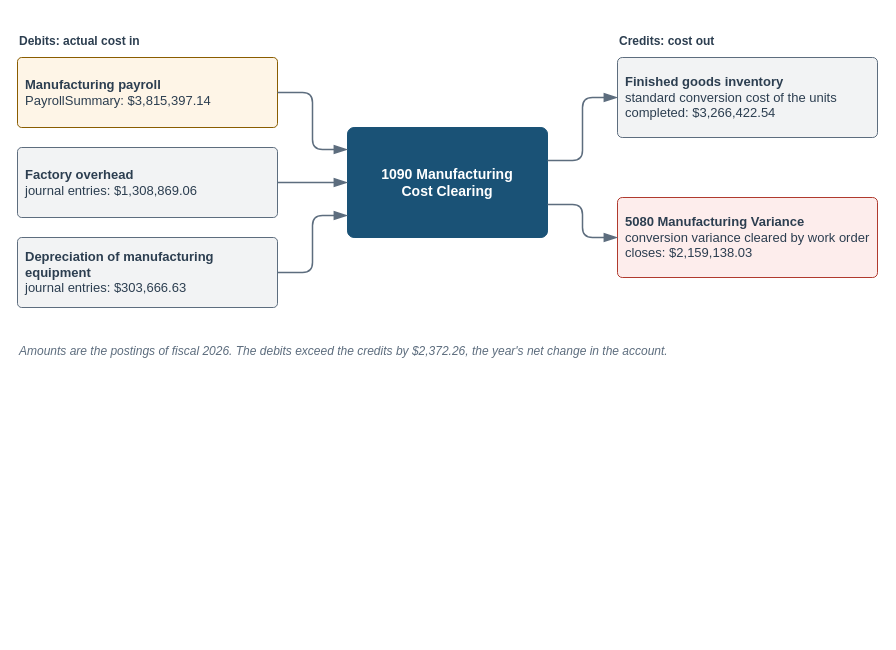
This is visuals/src/fig-10-07-conversion-cost-flow.drawio from mmcodesso/Accounting_Analytics_Book, a draw.io file, before an edit. Source tidied: cells renumbered, new cells numbered last; positions are measured from the earlier drawing's top-left corner, leaving out a move shared by most shapes. Both pictures are drawn from the tidied source at 100%, with x=0, y=0 at pixel (17, 17).
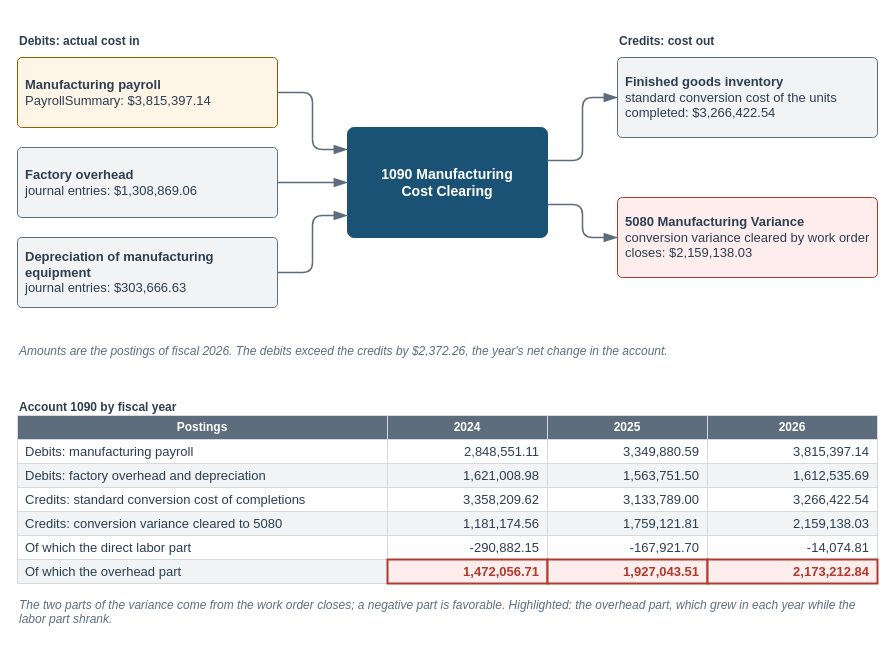
After the change.

What changed in the source:
```diff
@@
     <mxCell id="2" style="rounded=0;html=1;fillColor=none;strokeColor=none;" parent="1" vertex="1">
-      <mxGeometry width="860" height="362" as="geometry" />
+      <mxGeometry width="860" height="616" as="geometry" />
     </mxCell>
@@
+    <mxCell id="17" value="&lt;b&gt;Account 1090 by fiscal year&lt;/b&gt;" style="text;html=1;whiteSpace=wrap;align=left;verticalAlign=top;fontSize=12;fontColor=#2C3E50;fontStyle=0;fontFamily=Helvetica;spacing=2;fillColor=none;strokeColor=none;" parent="1" vertex="1">
+      <mxGeometry y="376" width="860" height="20" as="geometry" />
+    </mxCell>
+    <mxCell id="18" value="&lt;b&gt;Postings&lt;/b&gt;" style="rounded=0;arcSize=6;whiteSpace=wrap;html=1;fillColor=#5D6D7E;strokeColor=#D5D8DC;strokeWidth=1;fontColor=#FFFFFF;fontSize=12;fontStyle=0;align=center;verticalAlign=middle;fontFamily=Helvetica;spacingLeft=6;spacingRight=6;" parent="1" vertex="1">
+      <mxGeometry y="398" width="370" height="24" as="geometry" />
+    </mxCell>
+    <mxCell id="19" value="&lt;b&gt;2024&lt;/b&gt;" style="rounded=0;arcSize=6;whiteSpace=wrap;html=1;fillColor=#5D6D7E;strokeColor=#D5D8DC;strokeWidth=1;fontColor=#FFFFFF;fontSize=12;fontStyle=0;align=center;verticalAlign=middle;fontFamily=Helvetica;spacingLeft=6;spacingRight=6;" parent="1" vertex="1">
+      <mxGeometry x="370" y="398" width="160" height="24" as="geometry" />
+    </mxCell>
+    <mxCell id="20" value="&lt;b&gt;2025&lt;/b&gt;" style="rounded=0;arcSize=6;whiteSpace=wrap;html=1;fillColor=#5D6D7E;strokeColor=#D5D8DC;strokeWidth=1;fontColor=#FFFFFF;fontSize=12;fontStyle=0;align=center;verticalAlign=middle;fontFamily=Helvetica;spacingLeft=6;spacingRight=6;" parent="1" vertex="1">
+      <mxGeometry x="530" y="398" width="160" height="24" as="geometry" />
+    </mxCell>
+    <mxCell id="21" value="&lt;b&gt;2026&lt;/b&gt;" style="rounded=0;arcSize=6;whiteSpace=wrap;html=1;fillColor=#5D6D7E;strokeColor=#D5D8DC;strokeWidth=1;fontColor=#FFFFFF;fontSize=12;fontStyle=0;align=center;verticalAlign=middle;fontFamily=Helvetica;spacingLeft=6;spacingRight=6;" parent="1" vertex="1">
+      <mxGeometry x="690" y="398" width="170" height="24" as="geometry" />
+    </mxCell>
+    <mxCell id="22" value="Debits: manufacturing payroll" style="rounded=0;arcSize=6;whiteSpace=wrap;html=1;fillColor=#FFFFFF;strokeColor=#D5D8DC;strokeWidth=1;fontColor=#2C3E50;fontSize=13;fontStyle=0;align=left;verticalAlign=middle;fontFamily=Helvetica;spacingLeft=6;spacingRight=6;" parent="1" vertex="1">
+      <mxGeometry y="422" width="370" height="24" as="geometry" />
+    </mxCell>
+    <mxCell id="23" value="2,848,551.11" style="rounded=0;arcSize=6;whiteSpace=wrap;html=1;fillColor=#FFFFFF;strokeColor=#D5D8DC;strokeWidth=1;fontColor=#2C3E50;fontSize=13;fontStyle=0;align=right;verticalAlign=middle;fontFamily=Helvetica;spacingLeft=6;spacingRight=6;" parent="1" vertex="1">
+      <mxGeometry x="370" y="422" width="160" height="24" as="geometry" />
+    </mxCell>
+    <mxCell id="24" value="3,349,880.59" style="rounded=0;arcSize=6;whiteSpace=wrap;html=1;fillColor=#FFFFFF;strokeColor=#D5D8DC;strokeWidth=1;fontColor=#2C3E50;fontSize=13;fontStyle=0;align=right;verticalAlign=middle;fontFamily=Helvetica;spacingLeft=6;spacingRight=6;" parent="1" vertex="1">
+      <mxGeometry x="530" y="422" width="160" height="24" as="geometry" />
+    </mxCell>
+    <mxCell id="25" value="3,815,397.14" style="rounded=0;arcSize=6;whiteSpace=wrap;html=1;fillColor=#FFFFFF;strokeColor=#D5D8DC;strokeWidth=1;fontColor=#2C3E50;fontSize=13;fontStyle=0;align=right;verticalAlign=middle;fontFamily=Helvetica;spacingLeft=6;spacingRight=6;" parent="1" vertex="1">
+      <mxGeometry x="690" y="422" width="170" height="24" as="geometry" />
+    </mxCell>
+    <mxCell id="26" value="Debits: factory overhead and depreciation" style="rounded=0;arcSize=6;whiteSpace=wrap;html=1;fillColor=#F2F3F4;strokeColor=#D5D8DC;strokeWidth=1;fontColor=#2C3E50;fontSize=13;fontStyle=0;align=left;verticalAlign=middle;fontFamily=Helvetica;spacingLeft=6;spacingRight=6;" parent="1" vertex="1">
+      <mxGeometry y="446" width="370" height="24" as="geometry" />
+    </mxCell>
+    <mxCell id="27" value="1,621,008.98" style="rounded=0;arcSize=6;whiteSpace=wrap;html=1;fillColor=#F2F3F4;strokeColor=#D5D8DC;strokeWidth=1;fontColor=#2C3E50;fontSize=13;fontStyle=0;align=right;verticalAlign=middle;fontFamily=Helvetica;spacingLeft=6;spacingRight=6;" parent="1" vertex="1">
+      <mxGeometry x="370" y="446" width="160" height="24" as="geometry" />
+    </mxCell>
+    <mxCell id="28" value="1,563,751.50" style="rounded=0;arcSize=6;whiteSpace=wrap;html=1;fillColor=#F2F3F4;strokeColor=#D5D8DC;strokeWidth=1;fontColor=#2C3E50;fontSize=13;fontStyle=0;align=right;verticalAlign=middle;fontFamily=Helvetica;spacingLeft=6;spacingRight=6;" parent="1" vertex="1">
+      <mxGeometry x="530" y="446" width="160" height="24" as="geometry" />
+    </mxCell>
+    <mxCell id="29" value="1,612,535.69" style="rounded=0;arcSize=6;whiteSpace=wrap;html=1;fillColor=#F2F3F4;strokeColor=#D5D8DC;strokeWidth=1;fontColor=#2C3E50;fontSize=13;fontStyle=0;align=right;verticalAlign=middle;fontFamily=Helvetica;spacingLeft=6;spacingRight=6;" parent="1" vertex="1">
+      <mxGeometry x="690" y="446" width="170" height="24" as="geometry" />
+    </mxCell>
+    <mxCell id="30" value="Credits: standard conversion cost of completions" style="rounded=0;arcSize=6;whiteSpace=wrap;html=1;fillColor=#FFFFFF;strokeColor=#D5D8DC;strokeWidth=1;fontColor=#2C3E50;fontSize=13;fontStyle=0;align=left;verticalAlign=middle;fontFamily=Helvetica;spacingLeft=6;spacingRight=6;" parent="1" vertex="1">
+      <mxGeometry y="470" width="370" height="24" as="geometry" />
+    </mxCell>
+    <mxCell id="31" value="3,358,209.62" style="rounded=0;arcSize=6;whiteSpace=wrap;html=1;fillColor=#FFFFFF;strokeColor=#D5D8DC;strokeWidth=1;fontColor=#2C3E50;fontSize=13;fontStyle=0;align=right;verticalAlign=middle;fontFamily=Helvetica;spacingLeft=6;spacingRight=6;" parent="1" vertex="1">
+      <mxGeometry x="370" y="470" width="160" height="24" as="geometry" />
+    </mxCell>
+    <mxCell id="32" value="3,133,789.00" style="rounded=0;arcSize=6;whiteSpace=wrap;html=1;fillColor=#FFFFFF;strokeColor=#D5D8DC;strokeWidth=1;fontColor=#2C3E50;fontSize=13;fontStyle=0;align=right;verticalAlign=middle;fontFamily=Helvetica;spacingLeft=6;spacingRight=6;" parent="1" vertex="1">
+      <mxGeometry x="530" y="470" width="160" height="24" as="geometry" />
+    </mxCell>
+    <mxCell id="33" value="3,266,422.54" style="rounded=0;arcSize=6;whiteSpace=wrap;html=1;fillColor=#FFFFFF;strokeColor=#D5D8DC;strokeWidth=1;fontColor=#2C3E50;fontSize=13;fontStyle=0;align=right;verticalAlign=middle;fontFamily=Helvetica;spacingLeft=6;spacingRight=6;" parent="1" vertex="1">
+      <mxGeometry x="690" y="470" width="170" height="24" as="geometry" />
+    </mxCell>
+    <mxCell id="34" value="Credits: conversion variance cleared to 5080" style="rounded=0;arcSize=6;whiteSpace=wrap;html=1;fillColor=#F2F3F4;strokeColor=#D5D8DC;strokeWidth=1;fontColor=#2C3E50;fontSize=13;fontStyle=0;align=left;verticalAlign=middle;fontFamily=Helvetica;spacingLeft=6;spacingRight=6;" parent="1" vertex="1">
+      <mxGeometry y="494" width="370" height="24" as="geometry" />
+    </mxCell>
+    <mxCell id="35" value="1,181,174.56" style="rounded=0;arcSize=6;whiteSpace=wrap;html=1;fillColor=#F2F3F4;strokeColor=#D5D8DC;strokeWidth=1;fontColor=#2C3E50;fontSize=13;fontStyle=0;align=right;verticalAlign=middle;fontFamily=Helvetica;spacingLeft=6;spacingRight=6;" parent="1" vertex="1">
+      <mxGeometry x="370" y="494" width="160" height="24" as="geometry" />
+    </mxCell>
+    <mxCell id="36" value="1,759,121.81" style="rounded=0;arcSize=6;whiteSpace=wrap;html=1;fillColor=#F2F3F4;strokeColor=#D5D8DC;strokeWidth=1;fontColor=#2C3E50;fontSize=13;fontStyle=0;align=right;verticalAlign=middle;fontFamily=Helvetica;spacingLeft=6;spacingRight=6;" parent="1" vertex="1">
+      <mxGeometry x="530" y="494" width="160" height="24" as="geometry" />
+    </mxCell>
+    <mxCell id="37" value="2,159,138.03" style="rounded=0;arcSize=6;whiteSpace=wrap;html=1;fillColor=#F2F3F4;strokeColor=#D5D8DC;strokeWidth=1;fontColor=#2C3E50;fontSize=13;fontStyle=0;align=right;verticalAlign=middle;fontFamily=Helvetica;spacingLeft=6;spacingRight=6;" parent="1" vertex="1">
+      <mxGeometry x="690" y="494" width="170" height="24" as="geometry" />
+    </mxCell>
+    <mxCell id="38" value="Of which the direct labor part" style="rounded=0;arcSize=6;whiteSpace=wrap;html=1;fillColor=#FFFFFF;strokeColor=#D5D8DC;strokeWidth=1;fontColor=#2C3E50;fontSize=13;fontStyle=0;align=left;verticalAlign=middle;fontFamily=Helvetica;spacingLeft=6;spacingRight=6;" parent="1" vertex="1">
+      <mxGeometry y="518" width="370" height="24" as="geometry" />
+    </mxCell>
+    <mxCell id="39" value="-290,882.15" style="rounded=0;arcSize=6;whiteSpace=wrap;html=1;fillColor=#FFFFFF;strokeColor=#D5D8DC;strokeWidth=1;fontColor=#2C3E50;fontSize=13;fontStyle=0;align=right;verticalAlign=middle;fontFamily=Helvetica;spacingLeft=6;spacingRight=6;" parent="1" vertex="1">
+      <mxGeometry x="370" y="518" width="160" height="24" as="geometry" />
+    </mxCell>
+    <mxCell id="40" value="-167,921.70" style="rounded=0;arcSize=6;whiteSpace=wrap;html=1;fillColor=#FFFFFF;strokeColor=#D5D8DC;strokeWidth=1;fontColor=#2C3E50;fontSize=13;fontStyle=0;align=right;verticalAlign=middle;fontFamily=Helvetica;spacingLeft=6;spacingRight=6;" parent="1" vertex="1">
+      <mxGeometry x="530" y="518" width="160" height="24" as="geometry" />
+    </mxCell>
+    <mxCell id="41" value="-14,074.81" style="rounded=0;arcSize=6;whiteSpace=wrap;html=1;fillColor=#FFFFFF;strokeColor=#D5D8DC;strokeWidth=1;fontColor=#2C3E50;fontSize=13;fontStyle=0;align=right;verticalAlign=middle;fontFamily=Helvetica;spacingLeft=6;spacingRight=6;" parent="1" vertex="1">
+      <mxGeometry x="690" y="518" width="170" height="24" as="geometry" />
+    </mxCell>
+    <mxCell id="42" value="Of which the overhead part" style="rounded=0;arcSize=6;whiteSpace=wrap;html=1;fillColor=#F2F3F4;strokeColor=#D5D8DC;strokeWidth=1;fontColor=#2C3E50;fontSize=13;fontStyle=0;align=left;verticalAlign=middle;fontFamily=Helvetica;spacingLeft=6;spacingRight=6;" parent="1" vertex="1">
+      <mxGeometry y="542" width="370" height="24" as="geometry" />
+    </mxCell>
+    <mxCell id="43" value="&lt;b&gt;1,472,056.71&lt;/b&gt;" style="rounded=0;arcSize=6;whiteSpace=wrap;html=1;fillColor=#FDEDEC;strokeColor=#B03A2E;strokeWidth=2;fontColor=#B03A2E;fontSize=13;fontStyle=0;align=right;verticalAlign=middle;fontFamily=Helvetica;spacingLeft=6;spacingRight=6;" parent="1" vertex="1">
+      <mxGeometry x="370" y="542" width="160" height="24" as="geometry" />
+    </mxCell>
+    <mxCell id="44" value="&lt;b&gt;1,927,043.51&lt;/b&gt;" style="rounded=0;arcSize=6;whiteSpace=wrap;html=1;fillColor=#FDEDEC;strokeColor=#B03A2E;strokeWidth=2;fontColor=#B03A2E;fontSize=13;fontStyle=0;align=right;verticalAlign=middle;fontFamily=Helvetica;spacingLeft=6;spacingRight=6;" parent="1" vertex="1">
+      <mxGeometry x="530" y="542" width="160" height="24" as="geometry" />
+    </mxCell>
+    <mxCell id="45" value="&lt;b&gt;2,173,212.84&lt;/b&gt;" style="rounded=0;arcSize=6;whiteSpace=wrap;html=1;fillColor=#FDEDEC;strokeColor=#B03A2E;strokeWidth=2;fontColor=#B03A2E;fontSize=13;fontStyle=0;align=right;verticalAlign=middle;fontFamily=Helvetica;spacingLeft=6;spacingRight=6;" parent="1" vertex="1">
+      <mxGeometry x="690" y="542" width="170" height="24" as="geometry" />
+    </mxCell>
+    <mxCell id="46" value="&lt;i&gt;The two parts of the variance come from the work order closes; a negative part is favorable. Highlighted: the overhead part, which grew in each year while the labor part shrank.&lt;/i&gt;" style="text;html=1;whiteSpace=wrap;align=left;verticalAlign=top;fontSize=12;fontColor=#5D6D7E;fontStyle=0;fontFamily=Helvetica;spacing=2;fillColor=none;strokeColor=none;" parent="1" vertex="1">
+      <mxGeometry y="574" width="860" height="40" as="geometry" />
+    </mxCell>
```
